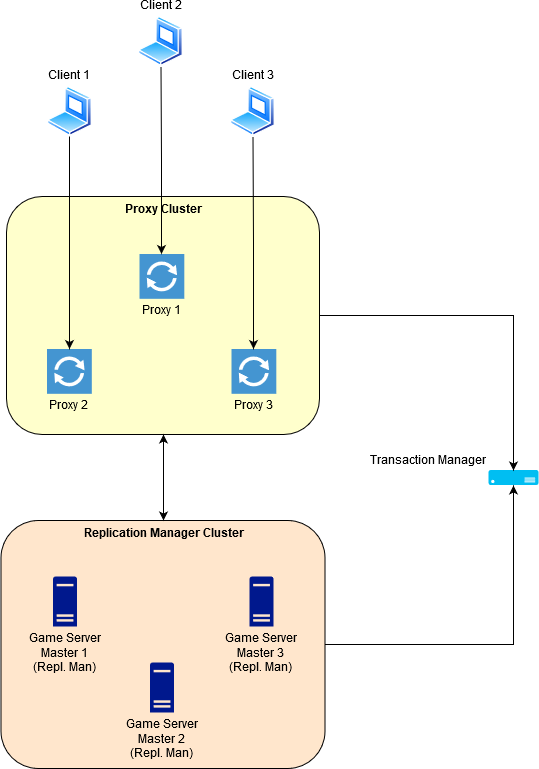
Above: assets/architecture.png in rahadiankp/fp-sister-2019 (draw.io), before the change. Source tidied: cells renumbered, new cells last; positions are measured from the earlier drawing's top-left corner, leaving out a move shared by most shapes.
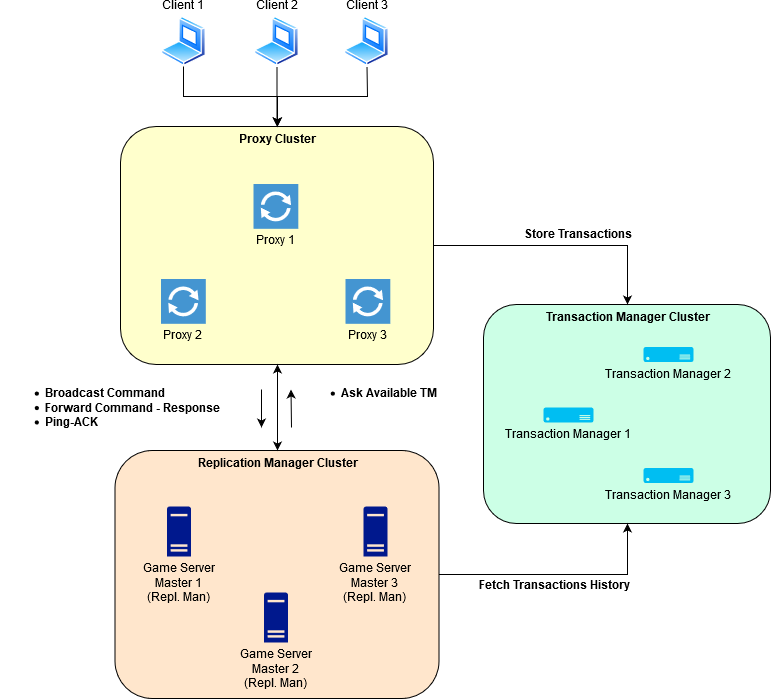
After the change.

The edit, as a diff of the source:
```diff
@@ -17,19 +17,19 @@
     <mxCell id="6" value="&lt;div&gt;Proxy 3&lt;/div&gt;" style="shadow=0;dashed=0;html=1;strokeColor=none;fillColor=#4495D1;labelPosition=center;verticalLabelPosition=bottom;verticalAlign=top;align=center;outlineConnect=0;shape=mxgraph.veeam.2d.proxy;" parent="2" vertex="1">
       <mxGeometry x="225" y="152.5" width="44.8" height="44.8" as="geometry" />
     </mxCell>
-    <mxCell id="7" style="edgeStyle=orthogonalEdgeStyle;rounded=0;jettySize=auto;html=1;startArrow=none;startFill=0;" parent="1" edge="1" source="8" target="5">
+    <mxCell id="7" style="edgeStyle=orthogonalEdgeStyle;rounded=0;jettySize=auto;html=1;startArrow=none;startFill=0;" parent="1" edge="1" source="8" target="3">
       <mxGeometry relative="1" as="geometry" />
     </mxCell>
     <mxCell id="8" value="Client 1" style="perimeter=ellipsePerimeter;html=1;align=center;shadow=0;dashed=0;spacingTop=3;image;image=img/lib/active_directory/laptop_client.svg;verticalAlign=bottom;horizontal=1;labelPosition=center;verticalLabelPosition=top;" parent="1" vertex="1">
       <mxGeometry x="46.5" y="70" width="45" height="50" as="geometry" />
     </mxCell>
-    <mxCell id="9" style="edgeStyle=orthogonalEdgeStyle;rounded=0;jettySize=auto;html=1;startArrow=none;startFill=0;" parent="1" edge="1" source="10" target="4">
+    <mxCell id="9" style="edgeStyle=orthogonalEdgeStyle;rounded=0;jettySize=auto;html=1;startArrow=none;startFill=0;" parent="1" edge="1" source="10" target="3">
       <mxGeometry relative="1" as="geometry" />
     </mxCell>
     <mxCell id="10" value="Client 2" style="perimeter=ellipsePerimeter;html=1;align=center;shadow=0;dashed=0;spacingTop=3;image;image=img/lib/active_directory/laptop_client.svg;labelPosition=center;verticalLabelPosition=top;verticalAlign=bottom;" parent="1" vertex="1">
-      <mxGeometry x="138" width="45" height="50" as="geometry" />
+      <mxGeometry x="140" y="70" width="45" height="50" as="geometry" />
     </mxCell>
-    <mxCell id="11" style="edgeStyle=orthogonalEdgeStyle;rounded=0;jettySize=auto;html=1;startArrow=none;startFill=0;" parent="1" edge="1" source="12" target="6">
+    <mxCell id="11" style="edgeStyle=orthogonalEdgeStyle;rounded=0;jettySize=auto;html=1;startArrow=none;startFill=0;" parent="1" edge="1" source="12" target="3">
       <mxGeometry relative="1" as="geometry" />
     </mxCell>
     <mxCell id="12" value="Client 3" style="perimeter=ellipsePerimeter;html=1;align=center;shadow=0;dashed=0;spacingTop=3;image;image=img/lib/active_directory/laptop_client.svg;labelPosition=center;verticalLabelPosition=top;verticalAlign=bottom;" parent="1" vertex="1">
@@ -50,17 +50,57 @@
     <mxCell id="17" value="&lt;div&gt;Game Server&lt;/div&gt;&lt;div&gt;Master 2&lt;br&gt;&lt;div&gt;(Repl. Man)&lt;br&gt;&lt;/div&gt;&lt;/div&gt;" style="shadow=0;dashed=0;html=1;strokeColor=none;labelPosition=center;verticalLabelPosition=bottom;verticalAlign=top;align=center;fillColor=#00188D;shape=mxgraph.mscae.enterprise.server_generic;" parent="13" vertex="1">
       <mxGeometry x="149" y="142" width="24" height="50" as="geometry" />
     </mxCell>
-    <mxCell id="18" value="Transaction Manager" style="verticalLabelPosition=top;html=1;verticalAlign=bottom;align=right;strokeColor=none;fillColor=#00BEF2;shape=mxgraph.azure.server;labelPosition=left;" parent="1" vertex="1">
-      <mxGeometry x="488" y="453.5" width="50" height="15" as="geometry" />
+    <mxCell id="18" style="edgeStyle=orthogonalEdgeStyle;rounded=0;jettySize=auto;html=1;entryX=0.5;entryY=0;entryDx=0;entryDy=0;startArrow=classic;startFill=1;" parent="1" edge="1" source="3" target="14">
+      <mxGeometry relative="1" as="geometry" />
     </mxCell>
-    <mxCell id="19" style="edgeStyle=orthogonalEdgeStyle;rounded=0;jettySize=auto;html=1;entryX=0.5;entryY=0;entryDx=0;entryDy=0;startArrow=classic;startFill=1;" parent="1" edge="1" source="3" target="14">
-      <mxGeometry relative="1" as="geometry" />
+    <mxCell id="19" style="group;" parent="1" vertex="1">
+      <mxGeometry x="369" y="358" width="287" height="219" as="geometry" />
     </mxCell>
-    <mxCell id="20" style="edgeStyle=orthogonalEdgeStyle;rounded=0;jettySize=auto;html=1;entryX=0.5;entryY=0;entryDx=0;entryDy=0;entryPerimeter=0;startArrow=none;startFill=0;" parent="1" edge="1" source="3" target="18">
-      <mxGeometry relative="1" as="geometry" />
+    <mxCell id="20" value="Transaction Manager Cluster" style="rounded=1;whiteSpace=wrap;html=1;fillColor=#CCFFE6;labelPosition=center;verticalLabelPosition=middle;align=center;verticalAlign=top;fontStyle=1;" parent="19" vertex="1">
+      <mxGeometry width="287" height="219" as="geometry" />
     </mxCell>
-    <mxCell id="21" style="edgeStyle=orthogonalEdgeStyle;rounded=0;jettySize=auto;html=1;entryX=0.5;entryY=1;entryDx=0;entryDy=0;entryPerimeter=0;startArrow=none;startFill=0;" parent="1" edge="1" source="14" target="18">
-      <mxGeometry relative="1" as="geometry" />
+    <mxCell id="21" value="Transaction Manager 1" style="verticalLabelPosition=bottom;html=1;verticalAlign=top;align=center;strokeColor=none;fillColor=#00BEF2;shape=mxgraph.azure.server;labelPosition=center;" parent="19" vertex="1">
+      <mxGeometry x="60" y="103" width="50" height="15" as="geometry" />
     </mxCell>
+    <mxCell id="22" value="Transaction Manager 2" style="verticalLabelPosition=bottom;html=1;verticalAlign=top;align=center;strokeColor=none;fillColor=#00BEF2;shape=mxgraph.azure.server;labelPosition=center;" parent="19" vertex="1">
+      <mxGeometry x="160" y="42.5" width="50" height="15" as="geometry" />
+    </mxCell>
+    <mxCell id="23" value="Transaction Manager 3" style="verticalLabelPosition=bottom;html=1;verticalAlign=top;align=center;strokeColor=none;fillColor=#00BEF2;shape=mxgraph.azure.server;labelPosition=center;" parent="19" vertex="1">
+      <mxGeometry x="160" y="163.5" width="50" height="15" as="geometry" />
+    </mxCell>
+    <mxCell id="24" style="edgeStyle=orthogonalEdgeStyle;rounded=0;jettySize=auto;html=1;entryX=0.5;entryY=0;entryDx=0;entryDy=0;startArrow=none;startFill=0;verticalAlign=bottom;labelPosition=center;verticalLabelPosition=top;align=center;" parent="1" edge="1" source="3" target="20">
+      <mxGeometry relative="1" as="geometry" />
+    </mxCell>
+    <mxCell id="25" value="&lt;b&gt;Store Transactions&lt;br&gt;&lt;/b&gt;" style="text;html=1;align=center;verticalAlign=middle;labelBackgroundColor=#ffffff;" parent="24" vertex="1">
+      <mxGeometry x="0.09" relative="1" as="geometry">
+        <mxPoint x="6.5" y="-11" as="offset" />
+      </mxGeometry>
+    </mxCell>
+    <mxCell id="26" style="edgeStyle=orthogonalEdgeStyle;rounded=0;jettySize=auto;html=1;entryX=0.5;entryY=1;entryDx=0;entryDy=0;startArrow=none;startFill=0;" parent="1" edge="1" source="14" target="20">
+      <mxGeometry relative="1" as="geometry" />
+    </mxCell>
+    <mxCell id="27" value="&lt;b&gt;Fetch Transactions History&lt;br&gt;&lt;/b&gt;" style="text;html=1;align=center;verticalAlign=middle;labelBackgroundColor=#ffffff;" parent="26" vertex="1">
+      <mxGeometry x="-0.05" y="-2" relative="1" as="geometry">
+        <mxPoint x="2" y="9" as="offset" />
+      </mxGeometry>
+    </mxCell>
+    <mxCell id="28" value="&lt;div align=&quot;justify&quot;&gt;&lt;ul&gt;&lt;li&gt;&lt;b&gt;Broadcast Command&lt;/b&gt;&lt;/li&gt;&lt;li&gt;&lt;b&gt;Forward Command - Response&lt;br&gt;&lt;/b&gt;&lt;/li&gt;&lt;li&gt;&lt;b&gt;Ping-ACK&lt;br&gt;&lt;/b&gt;&lt;/li&gt;&lt;/ul&gt;&lt;/div&gt;" style="text;html=1;align=center;verticalAlign=middle;" parent="1" vertex="1">
+      <mxGeometry x="-114" y="427" width="225" height="70" as="geometry" />
+    </mxCell>
+    <mxCell id="29" value="&lt;div align=&quot;justify&quot;&gt;&lt;ul&gt;&lt;li&gt;&lt;b&gt;Ask Available TM&lt;/b&gt;&lt;/li&gt;&lt;/ul&gt;&lt;/div&gt;" style="text;html=1;align=right;verticalAlign=middle;" parent="1" vertex="1">
+      <mxGeometry x="179" y="427" width="146" height="42" as="geometry" />
+    </mxCell>
+    <mxCell id="30" style="endArrow=classic;html=1;" parent="1" edge="1">
+      <mxGeometry relative="1" as="geometry">
+        <mxPoint x="147" y="443" as="sourcePoint" />
+        <mxPoint x="147" y="481" as="targetPoint" />
+      </mxGeometry>
+    </mxCell>
+    <mxCell id="31" style="endArrow=none;html=1;startArrow=classic;startFill=1;endFill=0;" parent="1" edge="1">
+      <mxGeometry relative="1" as="geometry">
+        <mxPoint x="176.5" y="443" as="sourcePoint" />
+        <mxPoint x="177" y="481" as="targetPoint" />
+      </mxGeometry>
+    </mxCell>
   </root>
 </mxGraphModel>
```
